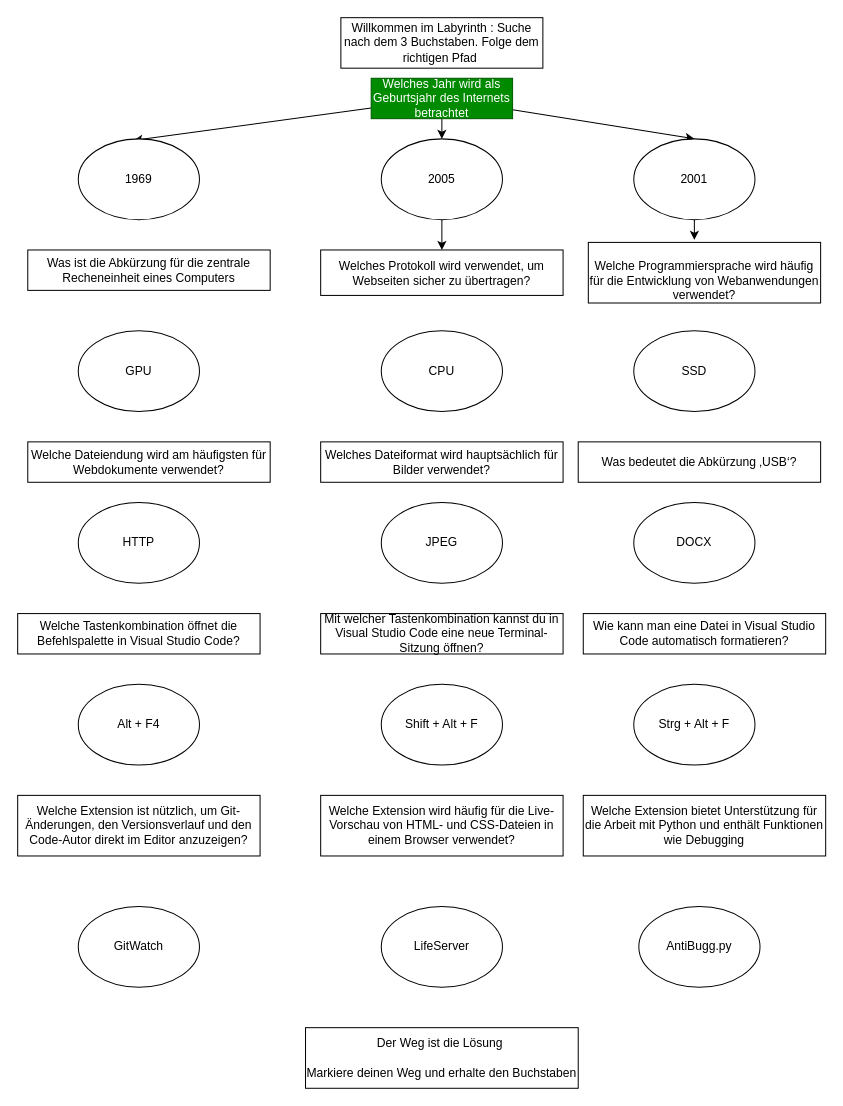
seschmidt777/VSC-Workshop keeps this draw.io diagram as draw.drawio. Above is the earlier version. Source tidied: cells renumbered, new cells numbered last; positions are measured from the earlier drawing's top-left corner, leaving out a move shared by most shapes. Both pictures are drawn from the tidied source at 101%, with x=0, y=0 at pixel (17, 17).
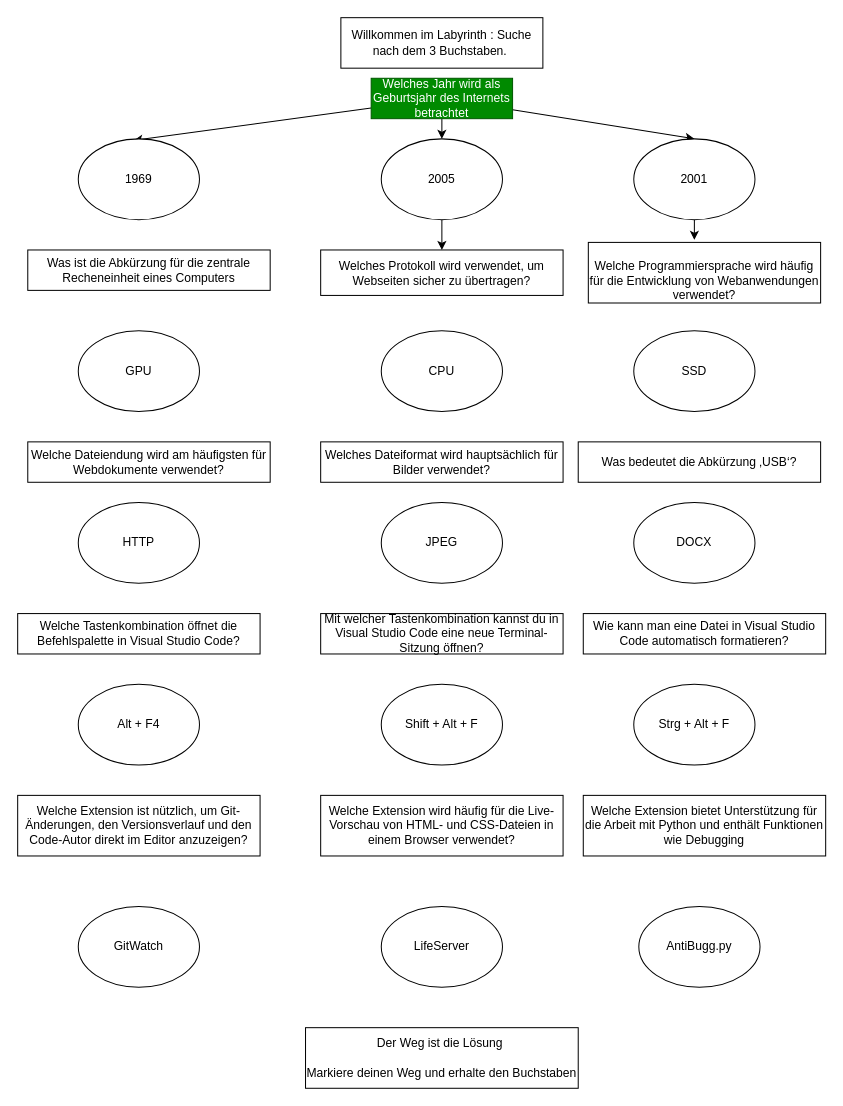
The same diagram, later.

What changed in the source:
```diff
@@
-    <mxCell id="2" value="Willkommen im Labyrinth : Suche nach dem 3 Buchstaben. Folge dem richtigen Pfad&amp;nbsp;" style="rounded=0;whiteSpace=wrap;html=1;" parent="1" vertex="1">
+    <mxCell id="2" value="Willkommen im Labyrinth : Suche nach dem 3 Buchstaben.&amp;nbsp;" style="rounded=0;whiteSpace=wrap;html=1;" parent="1" vertex="1">
       <mxGeometry x="320" width="200" height="50" as="geometry" />
     </mxCell>
```
